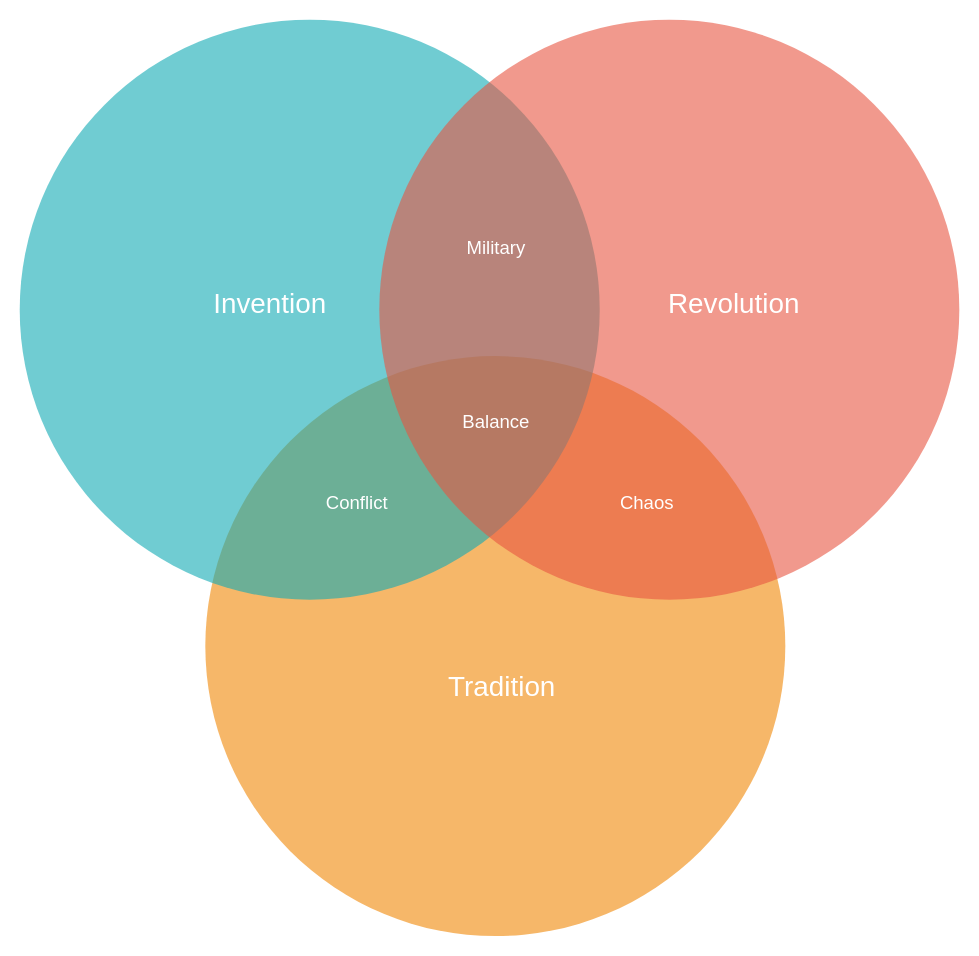
The draw.io diagram Diagram1.drawio in zhouxb522/test, before the edit. Source tidied: cells renumbered, new cells numbered last; positions are measured from the earlier drawing's top-left corner, leaving out a move shared by most shapes. Both pictures are drawn from the tidied source at 116%, with x=0, y=0 at pixel (20, 19).
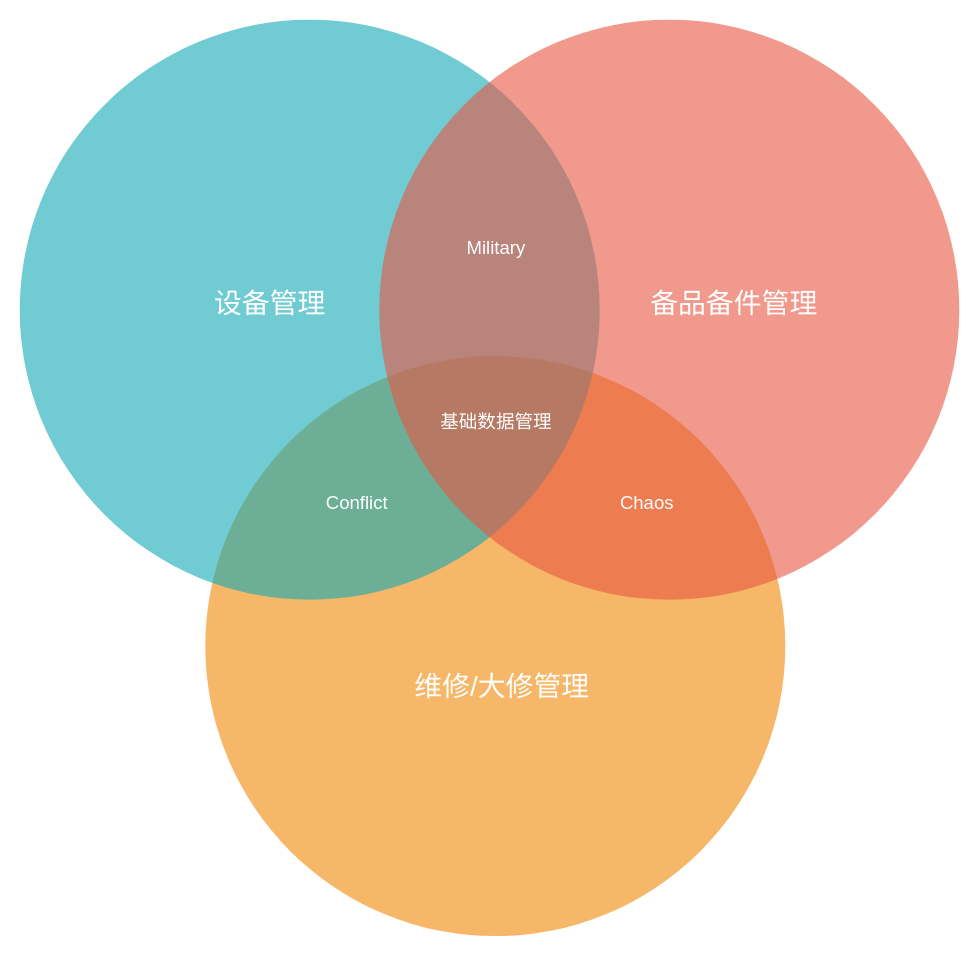
The same diagram, later.

Change to the diagram source:
```diff
@@
 <mxGraphModel>
   <root>
     <mxCell id="0" />
     <mxCell id="1" parent="0" />
     <mxCell id="2" style="ellipse;fillColor=#F08705;opacity=60;strokeColor=none;html=1;fontColor=#FFFFFF;" parent="1" vertex="1">
       <mxGeometry x="159.5" y="290.5" width="500" height="500" as="geometry" />
     </mxCell>
     <mxCell id="3" style="ellipse;fillColor=#12AAB5;opacity=60;strokeColor=none;html=1;fontColor=#FFFFFF;" parent="1" vertex="1">
       <mxGeometry x="-0.5" y="0.5" width="500" height="500" as="geometry" />
     </mxCell>
     <mxCell id="4" style="ellipse;fillColor=#e85642;opacity=60;strokeColor=none;html=1;fontColor=#FFFFFF;" parent="1" vertex="1">
       <mxGeometry x="309.5" y="0.5" width="500" height="500" as="geometry" />
     </mxCell>
-    <mxCell id="5" value="Invention" style="text;fontSize=24;align=center;verticalAlign=middle;html=1;fontColor=#FFFFFF;" parent="1" vertex="1">
+    <mxCell id="5" value="设备管理" style="text;fontSize=24;align=center;verticalAlign=middle;html=1;fontColor=#FFFFFF;" parent="1" vertex="1">
       <mxGeometry x="119.5" y="210.5" width="190" height="70" as="geometry" />
     </mxCell>
-    <mxCell id="6" value="Revolution" style="text;fontSize=24;align=center;verticalAlign=middle;html=1;fontColor=#FFFFFF;" parent="1" vertex="1">
+    <mxCell id="6" value="备品备件管理" style="text;fontSize=24;align=center;verticalAlign=middle;html=1;fontColor=#FFFFFF;" parent="1" vertex="1">
       <mxGeometry x="519.5" y="210.5" width="190" height="70" as="geometry" />
     </mxCell>
-    <mxCell id="7" value="Tradition" style="text;fontSize=24;align=center;verticalAlign=middle;html=1;fontColor=#FFFFFF;" parent="1" vertex="1">
+    <mxCell id="7" value="维修/大修管理" style="text;fontSize=24;align=center;verticalAlign=middle;html=1;fontColor=#FFFFFF;" parent="1" vertex="1">
       <mxGeometry x="319.5" y="540.5" width="190" height="70" as="geometry" />
     </mxCell>
     <mxCell id="8" value="Military" style="text;align=center;html=1;fontColor=#FFFFFF;fontSize=16;" parent="1" vertex="1">
       <mxGeometry x="389.5" y="180.5" width="40" height="40" as="geometry" />
     </mxCell>
     <mxCell id="9" value="Conflict" style="text;align=center;html=1;fontColor=#FFFFFF;fontSize=16;" parent="1" vertex="1">
       <mxGeometry x="269.5" y="400.5" width="40" height="40" as="geometry" />
     </mxCell>
     <mxCell id="10" value="Chaos" style="text;align=center;html=1;fontColor=#FFFFFF;fontSize=16;" parent="1" vertex="1">
       <mxGeometry x="519.5" y="400.5" width="40" height="40" as="geometry" />
     </mxCell>
-    <mxCell id="11" value="Balance" style="text;align=center;html=1;fontColor=#FFFFFF;fontSize=16;" parent="1" vertex="1">
-      <mxGeometry x="389.5" y="330.5" width="40" height="40" as="geometry" />
+    <mxCell id="11" value="基础数据管理" style="text;align=center;html=1;fontColor=#FFFFFF;fontSize=16;" parent="1" vertex="1">
+      <mxGeometry x="389.5" y="330.5" width="40.5" height="40" as="geometry" />
     </mxCell>
   </root>
 </mxGraphModel>
```
